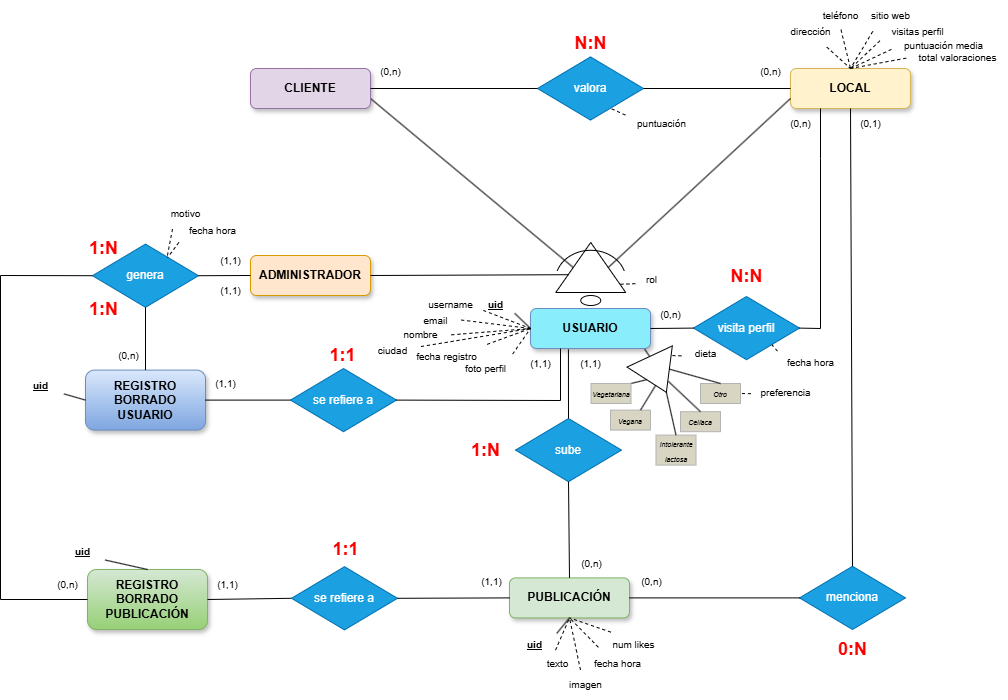
Above: diagramas/foodTracks_diagrama_ER.png in robertskrr/FoodTracks-App (draw.io), before the change. Source tidied: cells renumbered, new cells last; positions are measured from the earlier drawing's top-left corner, leaving out a move shared by most shapes.
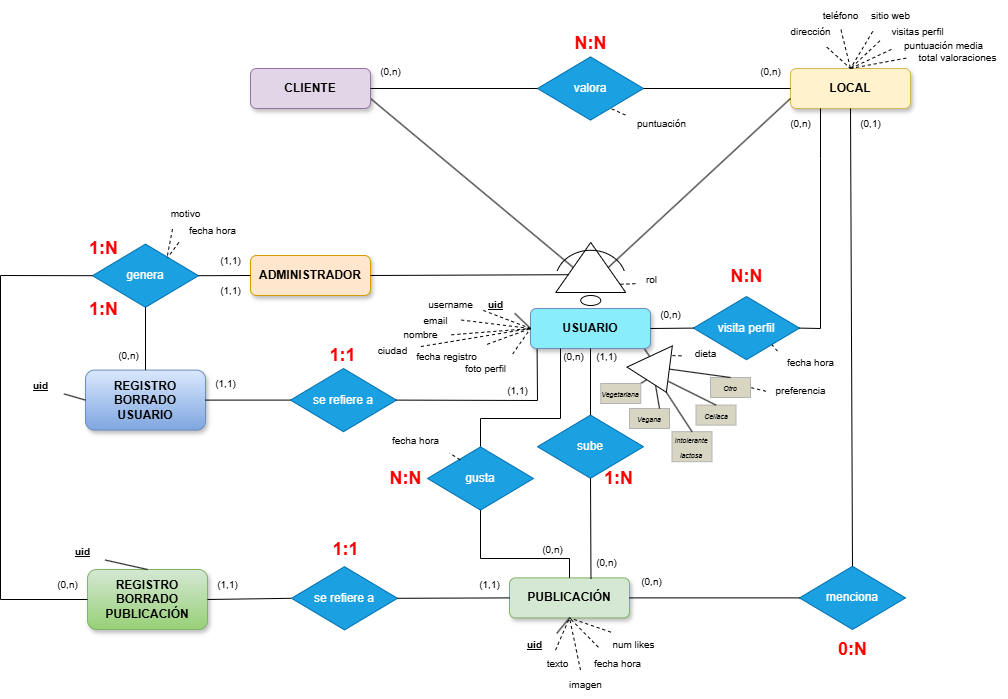
The same diagram one commit later.

The edit, as a diff of the source:
```diff
@@ -9,7 +9,7 @@
       <mxGeometry x="790" y="68" width="120" height="40" as="geometry" />
     </mxCell>
     <mxCell id="4" value="sube" style="strokeWidth=1;html=1;shape=mxgraph.flowchart.decision;whiteSpace=wrap;strokeColor=#006EAF;fillColor=#1ba1e2;fontColor=#ffffff;shadow=0;" parent="1" vertex="1">
-      <mxGeometry x="515" y="418" width="106" height="63.2" as="geometry" />
+      <mxGeometry x="537" y="414.6" width="106" height="63.2" as="geometry" />
     </mxCell>
     <mxCell id="5" value="menciona" style="strokeWidth=1;html=1;shape=mxgraph.flowchart.decision;whiteSpace=wrap;strokeColor=#006EAF;fillColor=#1ba1e2;fontColor=#ffffff;shadow=0;" parent="1" vertex="1">
       <mxGeometry x="799" y="565.8" width="106" height="63.2" as="geometry" />
@@ -143,16 +143,16 @@
       <mxGeometry x="560" y="23" width="60" height="40" as="geometry" />
     </mxCell>
     <mxCell id="47" value="&lt;font style=&quot;font-size: 10px;&quot;&gt;(1,1)&lt;/font&gt;" style="text;html=1;align=center;verticalAlign=middle;strokeColor=none;fillColor=none;" parent="1" vertex="1">
-      <mxGeometry x="570" y="348" width="40" height="30" as="geometry" />
+      <mxGeometry x="585.5" y="341" width="40" height="30" as="geometry" />
     </mxCell>
-    <mxCell id="48" style="endArrow=none;html=1;rounded=0;exitX=0.5;exitY=1;exitDx=0;exitDy=0;entryX=0.5;entryY=0;entryDx=0;entryDy=0;exitPerimeter=0;" parent="1" edge="1" source="4" target="28">
+    <mxCell id="48" style="endArrow=none;html=1;rounded=0;exitX=0.5;exitY=1;exitDx=0;exitDy=0;exitPerimeter=0;entryX=0.679;entryY=0.019;entryDx=0;entryDy=0;entryPerimeter=0;" parent="1" edge="1" source="4" target="28">
       <mxGeometry relative="1" as="geometry" />
     </mxCell>
-    <mxCell id="49" style="endArrow=none;html=1;rounded=0;exitX=0.316;exitY=1.021;exitDx=0;exitDy=0;entryX=0.5;entryY=0;entryDx=0;entryDy=0;entryPerimeter=0;exitPerimeter=0;" parent="1" edge="1" source="6" target="4">
+    <mxCell id="49" style="endArrow=none;html=1;rounded=0;exitX=0.5;exitY=1;exitDx=0;exitDy=0;entryX=0.5;entryY=0;entryDx=0;entryDy=0;entryPerimeter=0;" parent="1" edge="1" source="6" target="4">
       <mxGeometry relative="1" as="geometry" />
     </mxCell>
     <mxCell id="50" value="&lt;b&gt;&lt;font style=&quot;font-size: 18px;&quot;&gt;1:N&lt;/font&gt;&lt;/b&gt;" style="text;html=1;align=center;verticalAlign=middle;fontColor=#FF0000;" parent="1" vertex="1">
-      <mxGeometry x="460" y="429.6" width="50" height="40" as="geometry" />
+      <mxGeometry x="593" y="458" width="50" height="40" as="geometry" />
     </mxCell>
     <mxCell id="51" style="endArrow=none;html=1;rounded=0;entryX=0;entryY=0.5;entryDx=0;entryDy=0;exitX=1;exitY=0.5;exitDx=0;exitDy=0;entryPerimeter=0;" parent="1" edge="1" source="15" target="2">
       <mxGeometry relative="1" as="geometry" />
@@ -170,7 +170,7 @@
       <mxGeometry x="650" y="299" width="40" height="30" as="geometry" />
     </mxCell>
     <mxCell id="56" value="&lt;font style=&quot;font-size: 10px;&quot;&gt;(0,n)&lt;/font&gt;" style="text;html=1;align=center;verticalAlign=middle;strokeColor=none;fillColor=none;" parent="1" vertex="1">
-      <mxGeometry x="571" y="547.8" width="40" height="30" as="geometry" />
+      <mxGeometry x="585.5" y="547.4" width="40" height="30" as="geometry" />
     </mxCell>
     <mxCell id="57" value="REGISTRO BORRADO PUBLICACIÓN" style="rounded=1;whiteSpace=wrap;html=1;fontSize=12;glass=0;strokeWidth=1;shadow=1;fontStyle=1;fillColor=#d5e8d4;strokeColor=#82b366;gradientColor=#97d077;" parent="1" vertex="1">
       <mxGeometry x="87" y="569" width="120" height="60" as="geometry" />
@@ -303,10 +303,10 @@
     <mxCell id="98" value="se refiere a" style="strokeWidth=1;html=1;shape=mxgraph.flowchart.decision;whiteSpace=wrap;strokeColor=#006EAF;fillColor=#1ba1e2;fontColor=#ffffff;" parent="1" vertex="1">
       <mxGeometry x="290" y="368" width="106" height="63.2" as="geometry" />
     </mxCell>
-    <mxCell id="99" style="endArrow=none;html=1;rounded=0;entryX=1;entryY=0.5;entryDx=0;entryDy=0;entryPerimeter=0;exitX=0.25;exitY=1;exitDx=0;exitDy=0;" parent="1" edge="1" source="6" target="98">
+    <mxCell id="99" style="endArrow=none;html=1;rounded=0;entryX=1;entryY=0.5;entryDx=0;entryDy=0;entryPerimeter=0;exitX=0.055;exitY=1.012;exitDx=0;exitDy=0;exitPerimeter=0;" parent="1" edge="1" source="6" target="98">
       <mxGeometry relative="1" as="geometry">
         <Array as="points">
-          <mxPoint x="560" y="400" />
+          <mxPoint x="537" y="400" />
         </Array>
       </mxGeometry>
     </mxCell>
@@ -323,7 +323,7 @@
       <mxGeometry x="205" y="368" width="40" height="30" as="geometry" />
     </mxCell>
     <mxCell id="104" value="&lt;font style=&quot;font-size: 10px;&quot;&gt;(1,1)&lt;/font&gt;" style="text;html=1;align=center;verticalAlign=middle;strokeColor=none;fillColor=none;" parent="1" vertex="1">
-      <mxGeometry x="520" y="348" width="40" height="30" as="geometry" />
+      <mxGeometry x="497" y="374.6" width="40" height="30" as="geometry" />
     </mxCell>
     <mxCell id="105" value="&lt;b&gt;&lt;font style=&quot;font-size: 18px;&quot;&gt;1:1&lt;/font&gt;&lt;/b&gt;" style="text;html=1;align=center;verticalAlign=middle;fontColor=#FF0000;" parent="1" vertex="1">
       <mxGeometry x="317" y="334.6" width="50" height="40" as="geometry" />
@@ -335,7 +335,7 @@
       <mxGeometry x="207" y="569" width="40" height="30" as="geometry" />
     </mxCell>
     <mxCell id="108" value="&lt;font style=&quot;font-size: 10px;&quot;&gt;(1,1)&lt;/font&gt;" style="text;html=1;align=center;verticalAlign=middle;strokeColor=none;fillColor=none;" parent="1" vertex="1">
-      <mxGeometry x="471" y="566.2" width="40" height="30" as="geometry" />
+      <mxGeometry x="469" y="569" width="40" height="30" as="geometry" />
     </mxCell>
     <mxCell id="109" style="triangle;whiteSpace=wrap;html=1;rotation=65;" parent="1" vertex="1">
       <mxGeometry x="637.8" y="348.9" width="39.5" height="50" as="geometry" />
@@ -347,19 +347,19 @@
       <mxGeometry relative="1" as="geometry" />
     </mxCell>
     <mxCell id="112" value="&lt;font style=&quot;font-size: 7px;&quot;&gt;Vegetariana&lt;/font&gt;" style="rounded=0;whiteSpace=wrap;html=1;fillColor=#D8D6C2;strokeColor=#B3B3B3;fontColor=#000000;strokeWidth=1;fontStyle=2;" parent="1" vertex="1">
-      <mxGeometry x="590.5" y="383" width="40" height="20" as="geometry" />
+      <mxGeometry x="600.2" y="383" width="40" height="20" as="geometry" />
     </mxCell>
     <mxCell id="113" value="&lt;font style=&quot;font-size: 7px;&quot;&gt;Vegana&lt;/font&gt;" style="rounded=0;whiteSpace=wrap;html=1;fillColor=#D8D6C2;strokeColor=#B3B3B3;fontColor=#000000;fontStyle=2;" parent="1" vertex="1">
-      <mxGeometry x="610" y="409.6" width="40" height="20" as="geometry" />
+      <mxGeometry x="629" y="408" width="40" height="20" as="geometry" />
     </mxCell>
     <mxCell id="114" value="&lt;font style=&quot;line-height: 110%; font-size: 7px;&quot;&gt;&lt;i&gt;Intolerante lactosa&lt;/i&gt;&lt;/font&gt;" style="rounded=0;whiteSpace=wrap;html=1;fillColor=#D8D6C2;strokeColor=#B3B3B3;fontColor=#000000;align=center;" parent="1" vertex="1">
-      <mxGeometry x="655.5" y="434.6" width="40" height="30" as="geometry" />
+      <mxGeometry x="671.5" y="431.2" width="40" height="30" as="geometry" />
     </mxCell>
     <mxCell id="115" value="&lt;font style=&quot;font-size: 7px;&quot;&gt;Celíaca&lt;/font&gt;" style="rounded=0;whiteSpace=wrap;html=1;fillColor=#D8D6C2;strokeColor=#B3B3B3;fontColor=#000000;fontStyle=2;" parent="1" vertex="1">
-      <mxGeometry x="680" y="411.2" width="40" height="20" as="geometry" />
+      <mxGeometry x="695.5" y="404.6" width="40" height="20" as="geometry" />
     </mxCell>
     <mxCell id="116" value="&lt;font style=&quot;font-size: 7px;&quot;&gt;Otro&lt;/font&gt;" style="rounded=0;whiteSpace=wrap;html=1;fillColor=#D8D6C2;strokeColor=#B3B3B3;fontColor=#000000;fontStyle=2;" parent="1" vertex="1">
-      <mxGeometry x="700" y="383" width="40" height="20" as="geometry" />
+      <mxGeometry x="710" y="377" width="40" height="20" as="geometry" />
     </mxCell>
     <mxCell id="117" style="endArrow=none;html=1;rounded=0;exitX=0.75;exitY=0;exitDx=0;exitDy=0;entryX=0.729;entryY=0.638;entryDx=0;entryDy=0;entryPerimeter=0;" parent="1" edge="1" source="113" target="109">
       <mxGeometry relative="1" as="geometry" />
@@ -377,7 +377,7 @@
       <mxGeometry relative="1" as="geometry" />
     </mxCell>
     <mxCell id="122" value="preferencia" style="text;html=1;align=center;verticalAlign=middle;points=[];strokeColor=none;fillColor=none;fontStyle=0;fontSize=10;" parent="1" vertex="1">
-      <mxGeometry x="750" y="377" width="70" height="30" as="geometry" />
+      <mxGeometry x="765" y="374.6" width="70" height="30" as="geometry" />
     </mxCell>
     <mxCell id="123" value="&lt;span style=&quot;font-size: 10px;&quot;&gt;&lt;span&gt;&lt;span&gt;dieta&lt;/span&gt;&lt;/span&gt;&lt;/span&gt;" style="text;html=1;align=center;verticalAlign=middle;points=[];strokeColor=none;fillColor=none;fontStyle=0;" parent="1" vertex="1">
       <mxGeometry x="680" y="338" width="50" height="30" as="geometry" />
@@ -391,5 +391,39 @@
     <mxCell id="126" style="endArrow=none;html=1;rounded=0;exitX=-0.013;exitY=0.521;exitDx=0;exitDy=0;entryX=0.5;entryY=0;entryDx=0;entryDy=0;dashed=1;exitPerimeter=0;" parent="1" edge="1" source="125" target="3">
       <mxGeometry relative="1" as="geometry" />
     </mxCell>
+    <mxCell id="127" style="endArrow=none;html=1;rounded=0;exitX=0.25;exitY=1;exitDx=0;exitDy=0;entryX=0.5;entryY=0;entryDx=0;entryDy=0;entryPerimeter=0;" parent="1" edge="1" source="6" target="128">
+      <mxGeometry relative="1" as="geometry">
+        <Array as="points">
+          <mxPoint x="560" y="418" />
+          <mxPoint x="480" y="418" />
+        </Array>
+      </mxGeometry>
+    </mxCell>
+    <mxCell id="128" value="gusta" style="strokeWidth=1;html=1;shape=mxgraph.flowchart.decision;whiteSpace=wrap;strokeColor=#006EAF;fillColor=#1ba1e2;fontColor=#ffffff;shadow=0;" parent="1" vertex="1">
+      <mxGeometry x="427" y="446.4" width="106" height="63.2" as="geometry" />
+    </mxCell>
+    <mxCell id="129" value="&lt;font style=&quot;font-size: 10px;&quot;&gt;(0,n)&lt;/font&gt;" style="text;html=1;align=center;verticalAlign=middle;strokeColor=none;fillColor=none;" parent="1" vertex="1">
+      <mxGeometry x="553" y="341" width="40" height="30" as="geometry" />
+    </mxCell>
+    <mxCell id="130" style="endArrow=none;html=1;rounded=0;entryX=0.5;entryY=0;entryDx=0;entryDy=0;exitX=0.5;exitY=1;exitDx=0;exitDy=0;exitPerimeter=0;" parent="1" edge="1" source="128" target="28">
+      <mxGeometry relative="1" as="geometry">
+        <Array as="points">
+          <mxPoint x="480" y="558" />
+          <mxPoint x="569" y="558" />
+        </Array>
+      </mxGeometry>
+    </mxCell>
+    <mxCell id="131" value="&lt;b&gt;&lt;font style=&quot;font-size: 18px;&quot;&gt;N:N&lt;/font&gt;&lt;/b&gt;" style="text;html=1;align=center;verticalAlign=middle;fontColor=#FF0000;" parent="1" vertex="1">
+      <mxGeometry x="375" y="458" width="60" height="40" as="geometry" />
+    </mxCell>
+    <mxCell id="132" value="&lt;span style=&quot;font-size: 10px;&quot;&gt;&lt;span&gt;&lt;span&gt;fecha hora&lt;/span&gt;&lt;/span&gt;&lt;/span&gt;" style="text;html=1;align=center;verticalAlign=middle;points=[];strokeColor=none;fillColor=none;fontStyle=0;" parent="1" vertex="1">
+      <mxGeometry x="380" y="424.6" width="70" height="30" as="geometry" />
+    </mxCell>
+    <mxCell id="133" style="endArrow=none;dashed=1;html=1;rounded=0;entryX=0.988;entryY=0.933;entryDx=0;entryDy=0;exitX=0.307;exitY=0.205;exitDx=0;exitDy=0;exitPerimeter=0;entryPerimeter=0;" parent="1" edge="1" source="128" target="132">
+      <mxGeometry relative="1" as="geometry" />
+    </mxCell>
+    <mxCell id="134" value="&lt;font style=&quot;font-size: 10px;&quot;&gt;(0,n)&lt;/font&gt;" style="text;html=1;align=center;verticalAlign=middle;strokeColor=none;fillColor=none;" parent="1" vertex="1">
+      <mxGeometry x="532" y="534" width="40" height="30" as="geometry" />
+    </mxCell>
   </root>
 </mxGraphModel>
```
